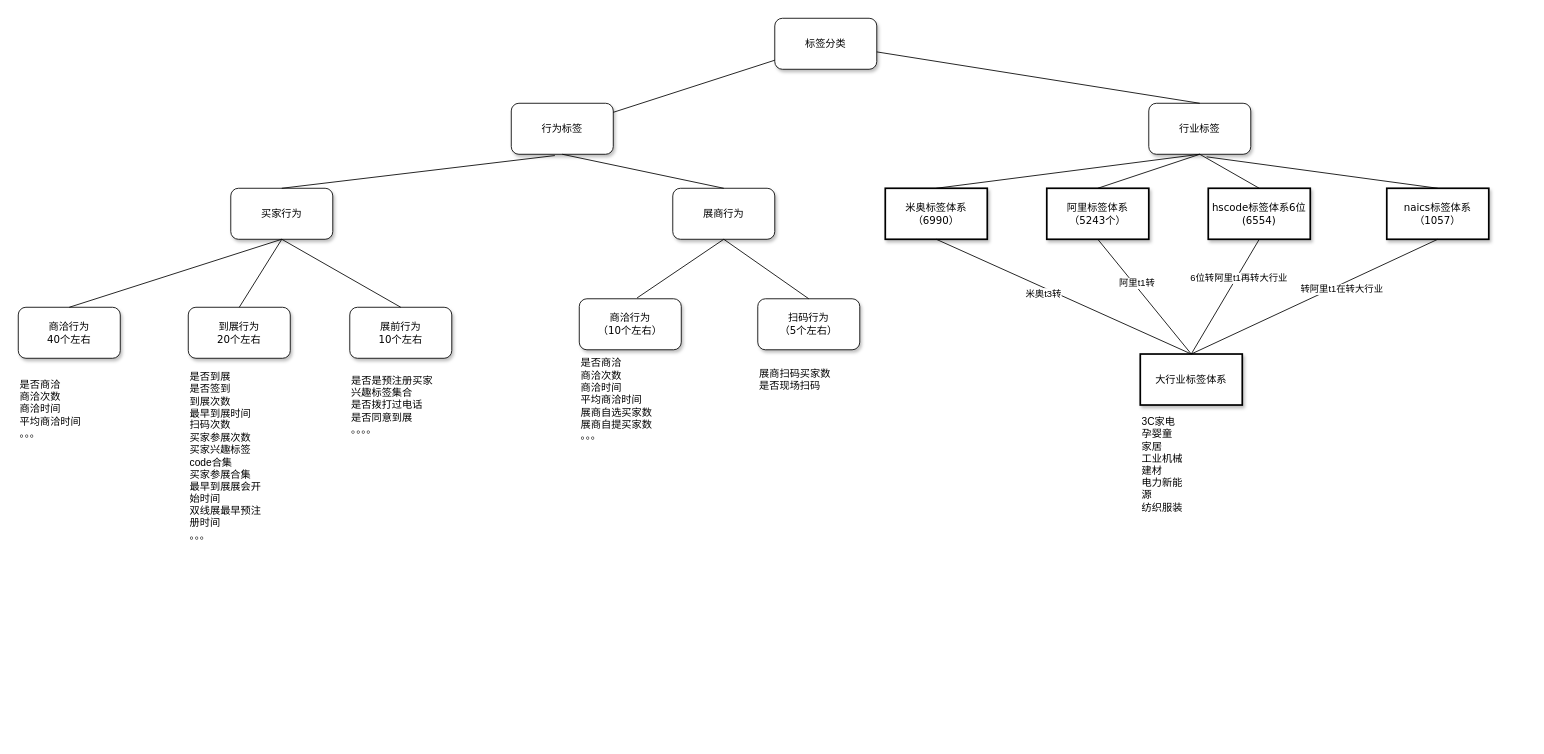
Earlier version of the draw.io diagram 标签划分.drawio (HLSO6/draw). Source tidied: cells renumbered, new cells numbered last; positions are measured from the earlier drawing's top-left corner, leaving out a move shared by most shapes. Both pictures are drawn from the tidied source at 85%, with x=0, y=0 at pixel (18, 18).
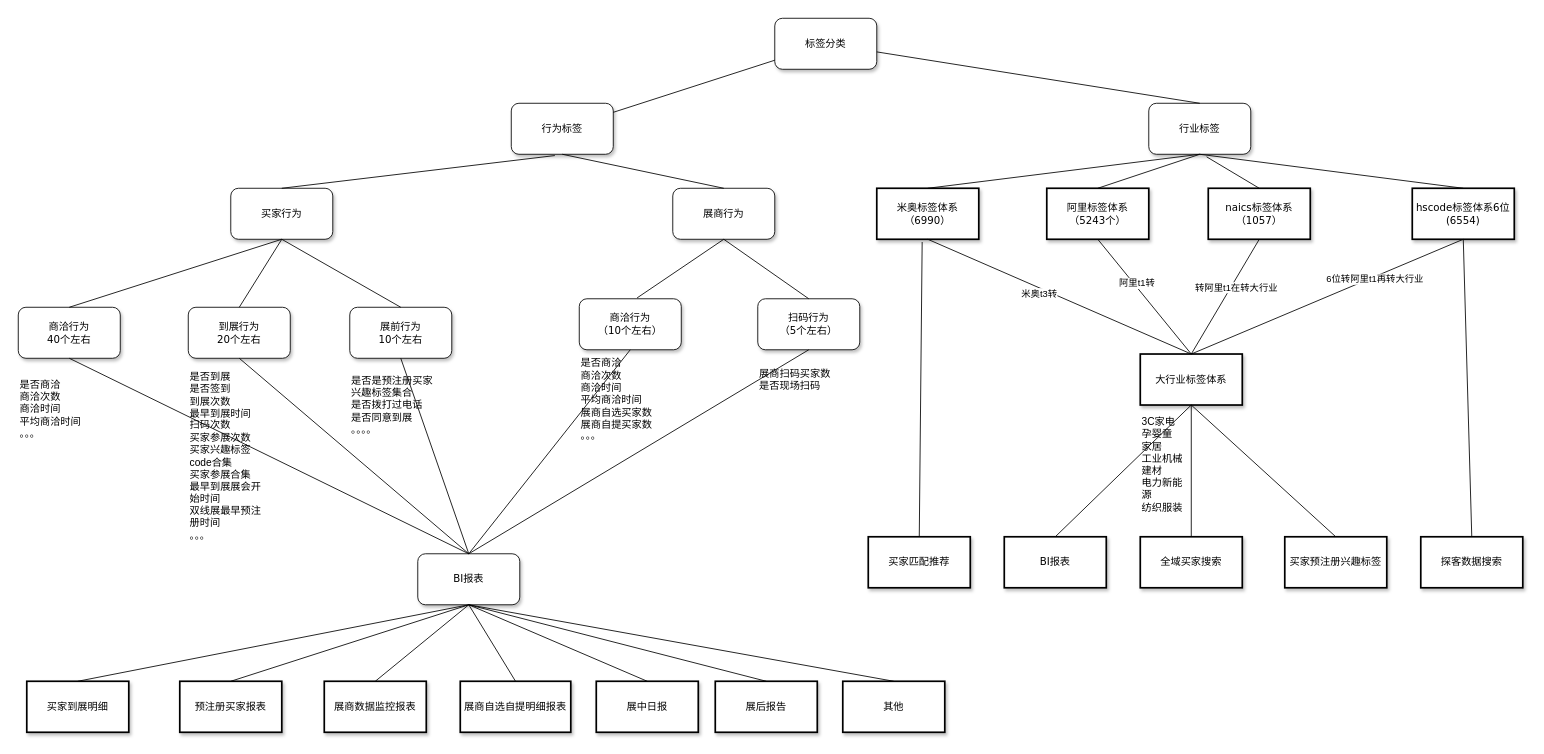
After the change.

Commit message:
更新标签划分.drawio

The change refers to these unchanged cells:
```xml
<mxCell id="10" value="&lt;span&gt;商洽行为&lt;br&gt;40个左右&lt;br&gt;&lt;/span&gt;" style="whiteSpace=wrap;html=1;rounded=1;shadow=1;labelBackgroundColor=none;strokeWidth=1;fontFamily=Verdana;fontSize=12;align=center;" parent="1" vertex="1">
  <mxGeometry y="340" width="120" height="60" as="geometry" />
</mxCell>
<mxCell id="11" value="&lt;span&gt;到展行为&lt;br&gt;20个左右&lt;br&gt;&lt;/span&gt;" style="whiteSpace=wrap;html=1;rounded=1;shadow=1;labelBackgroundColor=none;strokeWidth=1;fontFamily=Verdana;fontSize=12;align=center;" parent="1" vertex="1">
  <mxGeometry x="200" y="340" width="120" height="60" as="geometry" />
</mxCell>
<mxCell id="21" value="展前行为&lt;br&gt;10个左右" style="whiteSpace=wrap;html=1;rounded=1;shadow=1;labelBackgroundColor=none;strokeWidth=1;fontFamily=Verdana;fontSize=12;align=center;" parent="1" vertex="1">
  <mxGeometry x="390" y="340" width="120" height="60" as="geometry" />
</mxCell>
<mxCell id="23" value="&lt;span&gt;商洽行为&lt;br&gt;（10个左右）&lt;/span&gt;" style="whiteSpace=wrap;html=1;rounded=1;shadow=1;labelBackgroundColor=none;strokeWidth=1;fontFamily=Verdana;fontSize=12;align=center;" parent="1" vertex="1">
  <mxGeometry x="660" y="330" width="120" height="60" as="geometry" />
</mxCell>
<mxCell id="24" value="&lt;span&gt;扫码行为&lt;br&gt;（5个左右）&lt;/span&gt;" style="whiteSpace=wrap;html=1;rounded=1;shadow=1;labelBackgroundColor=none;strokeWidth=1;fontFamily=Verdana;fontSize=12;align=center;" parent="1" vertex="1">
  <mxGeometry x="870" y="330" width="120" height="60" as="geometry" />
</mxCell>
<mxCell id="34" value="大行业标签体系" style="whiteSpace=wrap;html=1;rounded=0;shadow=1;labelBackgroundColor=none;strokeWidth=2;fontFamily=Verdana;fontSize=12;align=center;" parent="1" vertex="1">
  <mxGeometry x="1320" y="395" width="120" height="60" as="geometry" />
</mxCell>
```

Diff of the diagram source:
```diff
@@
     <mxCell id="8" value="&lt;span&gt;米奥标签&lt;/span&gt;体系&lt;br&gt;（6990）" style="whiteSpace=wrap;html=1;rounded=0;shadow=1;labelBackgroundColor=none;strokeWidth=2;fontFamily=Verdana;fontSize=12;align=center;" parent="1" vertex="1">
-      <mxGeometry x="1020" y="200" width="120" height="60" as="geometry" />
+      <mxGeometry x="1010" y="200" width="120" height="60" as="geometry" />
     </mxCell>
@@
     <mxCell id="17" value="&lt;span&gt;hscode标签&lt;/span&gt;体系6位&lt;br&gt;(6554)" style="whiteSpace=wrap;html=1;rounded=0;shadow=1;labelBackgroundColor=none;strokeWidth=2;fontFamily=Verdana;fontSize=12;align=center;" parent="1" vertex="1">
-      <mxGeometry x="1400" y="200" width="120" height="60" as="geometry" />
+      <mxGeometry x="1640" y="200" width="120" height="60" as="geometry" />
     </mxCell>
     <mxCell id="18" value="naics标签体系&lt;br&gt;（1057）" style="whiteSpace=wrap;html=1;rounded=0;shadow=1;labelBackgroundColor=none;strokeWidth=2;fontFamily=Verdana;fontSize=12;align=center;" parent="1" vertex="1">
-      <mxGeometry x="1610" y="200" width="120" height="60" as="geometry" />
+      <mxGeometry x="1400" y="200" width="120" height="60" as="geometry" />
     </mxCell>
@@
+    <mxCell id="44" value="&lt;span&gt;BI报表&lt;br&gt;&lt;/span&gt;" style="whiteSpace=wrap;html=1;rounded=1;shadow=1;labelBackgroundColor=none;strokeWidth=1;fontFamily=Verdana;fontSize=12;align=center;" parent="1" vertex="1">
+      <mxGeometry x="470" y="630" width="120" height="60" as="geometry" />
+    </mxCell>
+    <mxCell id="45" value="预注册买家报表" style="whiteSpace=wrap;html=1;rounded=0;shadow=1;labelBackgroundColor=none;strokeWidth=2;fontFamily=Verdana;fontSize=12;align=center;" parent="1" vertex="1">
+      <mxGeometry x="190" y="780" width="120" height="60" as="geometry" />
+    </mxCell>
+    <mxCell id="46" value="展商数据监控报表" style="whiteSpace=wrap;html=1;rounded=0;shadow=1;labelBackgroundColor=none;strokeWidth=2;fontFamily=Verdana;fontSize=12;align=center;" parent="1" vertex="1">
+      <mxGeometry x="360" y="780" width="120" height="60" as="geometry" />
+    </mxCell>
+    <mxCell id="47" value="展商自选自提明细报表" style="whiteSpace=wrap;html=1;rounded=0;shadow=1;labelBackgroundColor=none;strokeWidth=2;fontFamily=Verdana;fontSize=12;align=center;" parent="1" vertex="1">
+      <mxGeometry x="520" y="780" width="130" height="60" as="geometry" />
+    </mxCell>
+    <mxCell id="48" value="其他" style="whiteSpace=wrap;html=1;rounded=0;shadow=1;labelBackgroundColor=none;strokeWidth=2;fontFamily=Verdana;fontSize=12;align=center;" parent="1" vertex="1">
+      <mxGeometry x="970" y="780" width="120" height="60" as="geometry" />
+    </mxCell>
+    <mxCell id="49" style="endArrow=none;html=1;rounded=0;entryX=0.5;entryY=0;entryDx=0;entryDy=0;exitX=0.5;exitY=1;exitDx=0;exitDy=0;" parent="1" edge="1" source="10" target="44">
+      <mxGeometry relative="1" as="geometry" />
+    </mxCell>
+    <mxCell id="50" style="endArrow=none;html=1;rounded=0;entryX=0.5;entryY=0;entryDx=0;entryDy=0;exitX=0.5;exitY=1;exitDx=0;exitDy=0;" parent="1" edge="1" source="11" target="44">
+      <mxGeometry relative="1" as="geometry" />
+    </mxCell>
+    <mxCell id="51" style="endArrow=none;html=1;rounded=0;exitX=0.5;exitY=1;exitDx=0;exitDy=0;entryX=0.5;entryY=0;entryDx=0;entryDy=0;" parent="1" edge="1" source="21" target="44">
+      <mxGeometry relative="1" as="geometry" />
+    </mxCell>
+    <mxCell id="52" style="endArrow=none;html=1;rounded=0;entryX=0.5;entryY=0;entryDx=0;entryDy=0;exitX=0.5;exitY=1;exitDx=0;exitDy=0;" parent="1" edge="1" source="23" target="44">
+      <mxGeometry relative="1" as="geometry" />
+    </mxCell>
+    <mxCell id="53" style="endArrow=none;html=1;rounded=0;entryX=0.5;entryY=0;entryDx=0;entryDy=0;exitX=0.5;exitY=1;exitDx=0;exitDy=0;" parent="1" edge="1" source="24" target="44">
+      <mxGeometry relative="1" as="geometry" />
+    </mxCell>
+    <mxCell id="54" style="endArrow=none;html=1;rounded=0;entryX=0.5;entryY=1;entryDx=0;entryDy=0;exitX=0.5;exitY=0;exitDx=0;exitDy=0;" parent="1" edge="1" source="45" target="44">
+      <mxGeometry relative="1" as="geometry" />
+    </mxCell>
+    <mxCell id="55" style="endArrow=none;html=1;rounded=0;exitX=0.5;exitY=0;exitDx=0;exitDy=0;" parent="1" edge="1" source="46">
+      <mxGeometry relative="1" as="geometry">
+        <mxPoint x="530" y="690" as="targetPoint" />
+      </mxGeometry>
+    </mxCell>
+    <mxCell id="56" style="endArrow=none;html=1;rounded=0;exitX=0.5;exitY=0;exitDx=0;exitDy=0;" parent="1" edge="1" source="47">
+      <mxGeometry relative="1" as="geometry">
+        <mxPoint x="530" y="690" as="targetPoint" />
+      </mxGeometry>
+    </mxCell>
+    <mxCell id="57" style="endArrow=none;html=1;rounded=0;exitX=0.5;exitY=0;exitDx=0;exitDy=0;entryX=0.5;entryY=1;entryDx=0;entryDy=0;" parent="1" edge="1" source="48" target="44">
+      <mxGeometry relative="1" as="geometry" />
+    </mxCell>
+    <mxCell id="58" value="BI报表" style="whiteSpace=wrap;html=1;rounded=0;shadow=1;labelBackgroundColor=none;strokeWidth=2;fontFamily=Verdana;fontSize=12;align=center;" parent="1" vertex="1">
+      <mxGeometry x="1160" y="610" width="120" height="60" as="geometry" />
+    </mxCell>
+    <mxCell id="59" value="全域买家搜索" style="whiteSpace=wrap;html=1;rounded=0;shadow=1;labelBackgroundColor=none;strokeWidth=2;fontFamily=Verdana;fontSize=12;align=center;" parent="1" vertex="1">
+      <mxGeometry x="1320" y="610" width="120" height="60" as="geometry" />
+    </mxCell>
+    <mxCell id="60" value="探客数据搜索" style="whiteSpace=wrap;html=1;rounded=0;shadow=1;labelBackgroundColor=none;strokeWidth=2;fontFamily=Verdana;fontSize=12;align=center;" parent="1" vertex="1">
+      <mxGeometry x="1650" y="610" width="120" height="60" as="geometry" />
+    </mxCell>
+    <mxCell id="61" style="endArrow=none;html=1;rounded=0;entryX=0.5;entryY=1;entryDx=0;entryDy=0;exitX=0.5;exitY=0;exitDx=0;exitDy=0;" parent="1" edge="1" source="59" target="34">
+      <mxGeometry relative="1" as="geometry" />
+    </mxCell>
+    <mxCell id="62" style="endArrow=none;html=1;rounded=0;exitX=0.5;exitY=0;exitDx=0;exitDy=0;entryX=0.5;entryY=1;entryDx=0;entryDy=0;" parent="1" edge="1" source="60" target="17">
+      <mxGeometry relative="1" as="geometry" />
+    </mxCell>
+    <mxCell id="63" value="买家到展明细" style="whiteSpace=wrap;html=1;rounded=0;shadow=1;labelBackgroundColor=none;strokeWidth=2;fontFamily=Verdana;fontSize=12;align=center;" parent="1" vertex="1">
+      <mxGeometry x="10" y="780" width="120" height="60" as="geometry" />
+    </mxCell>
+    <mxCell id="64" value="展中日报" style="whiteSpace=wrap;html=1;rounded=0;shadow=1;labelBackgroundColor=none;strokeWidth=2;fontFamily=Verdana;fontSize=12;align=center;" parent="1" vertex="1">
+      <mxGeometry x="680" y="780" width="120" height="60" as="geometry" />
+    </mxCell>
+    <mxCell id="65" value="展后报告" style="whiteSpace=wrap;html=1;rounded=0;shadow=1;labelBackgroundColor=none;strokeWidth=2;fontFamily=Verdana;fontSize=12;align=center;" parent="1" vertex="1">
+      <mxGeometry x="820" y="780" width="120" height="60" as="geometry" />
+    </mxCell>
+    <mxCell id="66" style="endArrow=none;html=1;rounded=0;exitX=0.5;exitY=0;exitDx=0;exitDy=0;" parent="1" edge="1" source="63">
+      <mxGeometry relative="1" as="geometry">
+        <mxPoint x="530" y="690" as="targetPoint" />
+      </mxGeometry>
+    </mxCell>
+    <mxCell id="67" style="endArrow=none;html=1;rounded=0;exitX=0.5;exitY=0;exitDx=0;exitDy=0;" parent="1" edge="1" source="65">
+      <mxGeometry relative="1" as="geometry">
+        <mxPoint x="530" y="690" as="targetPoint" />
+      </mxGeometry>
+    </mxCell>
+    <mxCell id="68" style="endArrow=none;html=1;rounded=0;exitX=0.5;exitY=0;exitDx=0;exitDy=0;" parent="1" edge="1" source="64">
+      <mxGeometry relative="1" as="geometry">
+        <mxPoint x="530" y="690" as="targetPoint" />
+      </mxGeometry>
+    </mxCell>
+    <mxCell id="69" style="endArrow=none;html=1;rounded=0;entryX=0.5;entryY=1;entryDx=0;entryDy=0;exitX=0.5;exitY=0;exitDx=0;exitDy=0;" parent="1" edge="1" source="58" target="34">
+      <mxGeometry relative="1" as="geometry" />
+    </mxCell>
+    <mxCell id="70" value="买家预注册兴趣标签" style="whiteSpace=wrap;html=1;rounded=0;shadow=1;labelBackgroundColor=none;strokeWidth=2;fontFamily=Verdana;fontSize=12;align=center;" parent="1" vertex="1">
+      <mxGeometry x="1490" y="610" width="120" height="60" as="geometry" />
+    </mxCell>
+    <mxCell id="71" style="endArrow=none;html=1;rounded=0;entryX=0.5;entryY=1;entryDx=0;entryDy=0;exitX=0.5;exitY=0;exitDx=0;exitDy=0;" parent="1" edge="1" source="70" target="34">
+      <mxGeometry relative="1" as="geometry" />
+    </mxCell>
+    <mxCell id="72" value="买家匹配推荐" style="whiteSpace=wrap;html=1;rounded=0;shadow=1;labelBackgroundColor=none;strokeWidth=2;fontFamily=Verdana;fontSize=12;align=center;" parent="1" vertex="1">
+      <mxGeometry x="1000" y="610" width="120" height="60" as="geometry" />
+    </mxCell>
+    <mxCell id="73" style="endArrow=none;html=1;rounded=0;exitX=0.5;exitY=0;exitDx=0;exitDy=0;entryX=0.445;entryY=1.054;entryDx=0;entryDy=0;entryPerimeter=0;" parent="1" edge="1" source="72" target="8">
+      <mxGeometry relative="1" as="geometry" />
+    </mxCell>
```
